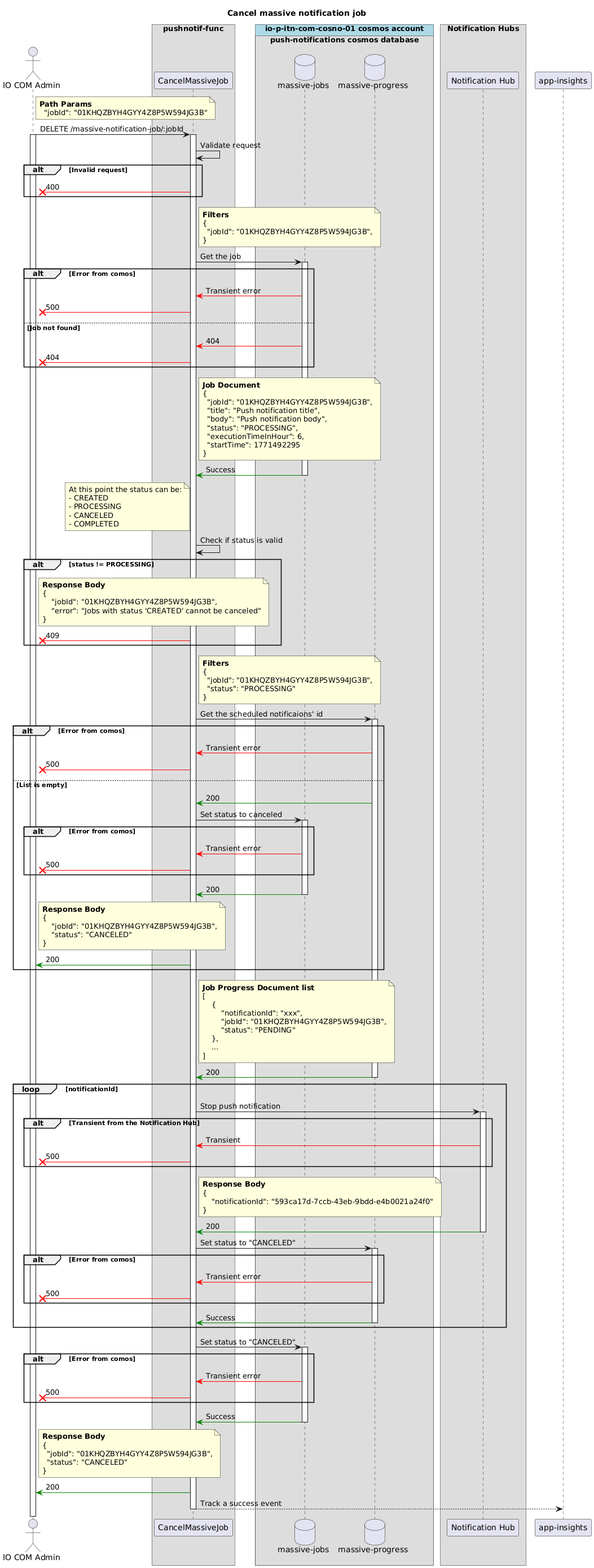
Above: apps/pushnotif-func/docs/png/cancel-massive-job.png in pagopa/io-messages (PlantUML), before the change. The source it was exported from:
```plantuml
@startuml
title "Cancel massive notification job"

actor "IO COM Admin" as admin

box "pushnotif-func"
  participant "CancelMassiveJob" as httpfunc
end box

!pragma teoz true
box "io-p-itn-com-cosno-01 cosmos account" #LightBlue
  box "push-notifications cosmos database"
    database "massive-jobs" as mnj
    database "massive-progress" as mnjp
  end box
end box

box "Notification Hubs"
  participant "Notification Hub" as nh1
end box

participant "app-insights" as ai

note right of admin
  **Path Params**
    "jobId": "01KHQZBYH4GYY4Z8P5W594JG3B"
end note
admin -> httpfunc : DELETE /massive-notification-job/:jobId
activate admin
activate httpfunc

httpfunc -> httpfunc : Validate request

alt Invalid request
  httpfunc -[#red]x admin : 400
end

note right of httpfunc
  **Filters**
  {
    "jobId": "01KHQZBYH4GYY4Z8P5W594JG3B",
  }
end note
httpfunc -> mnj : Get the job
activate mnj

alt Error from comos
  mnj -[#red]> httpfunc : Transient error
  httpfunc -[#red]x admin : 500
else Job not found
  mnj -[#red]> httpfunc : 404
  httpfunc -[#red]x admin : 404
end


note right of httpfunc
  **Job Document**
  {
    "jobId": "01KHQZBYH4GYY4Z8P5W594JG3B",
    "title": "Push notification title",
    "body": "Push notification body",
    "status": "PROCESSING",
    "executionTimeInHour": 6,
    "startTime": 1771492295
  }
end note
mnj -[#green]> httpfunc : Success
deactivate mnj

note left of httpfunc
  At this point the status can be:
  - CREATED
  - PROCESSING
  - CANCELED
  - COMPLETED
end note
httpfunc -> httpfunc : Check if status is valid
alt status != PROCESSING
  note right of admin
    **Response Body**
    {
        "jobId": "01KHQZBYH4GYY4Z8P5W594JG3B",
        "error": "Jobs with status 'CREATED' cannot be canceled"
    }
    end note
    httpfunc -[#red]x admin : 409
end

note right of httpfunc
  **Filters**
  {
    "jobId": "01KHQZBYH4GYY4Z8P5W594JG3B",
    "status": "PROCESSING"
  }
end note
httpfunc -> mnjp : Get the scheduled notificaions' id
activate mnjp

alt Error from comos
  mnjp -[#red]> httpfunc : Transient error
  httpfunc -[#red]x admin : 500
else List is empty
  mnjp -[#green]> httpfunc : 200

  httpfunc -> mnj : Set status to canceled
  activate mnj
  alt Error from comos
    mnj -[#red]> httpfunc : Transient error
    httpfunc -[#red]x admin : 500
  end

  mnj -[#green]> httpfunc : 200
  deactivate mnj

  note right of admin
    **Response Body**
    {
        "jobId": "01KHQZBYH4GYY4Z8P5W594JG3B",
        "status": "CANCELED"
    }
    end note
  httpfunc -[#green]> admin : 200
end

note right of httpfunc
    **Job Progress Document list**
    [
        {
            "notificationId": "xxx",
            "jobId": "01KHQZBYH4GYY4Z8P5W594JG3B",
            "status": "PENDING"
        },
        ...
    ]
end note
mnjp -[#green]> httpfunc : 200
deactivate mnjp

loop notificationId
    httpfunc -> nh1 : Stop push notification
    activate nh1

    alt Transient from the Notification Hub
        nh1 -[#red]> httpfunc : Transient
        httpfunc -[#red]x admin : 500
    end

    note right of httpfunc
    **Response Body**
    {
        "notificationId": "593ca17d-7ccb-43eb-9bdd-e4b0021a24f0"
    }
    end note
    nh1 -[#green]> httpfunc : 200
    deactivate nh1

    httpfunc -> mnjp : Set status to "CANCELED"
    activate mnjp
    alt Error from comos
      mnjp -[#red]> httpfunc : Transient error
      httpfunc -[#red]x admin : 500
    end

    mnjp -[#green]> httpfunc : Success
    deactivate mnjp
end

httpfunc -> mnj : Set status to "CANCELED"
activate mnj
alt Error from comos
  mnj -[#red]> httpfunc : Transient error
  httpfunc -[#red]x admin : 500
end

mnj -[#green]> httpfunc : Success
deactivate mnj

note right of admin
  **Response Body**
  {
    "jobId": "01KHQZBYH4GYY4Z8P5W594JG3B",
    "status": "CANCELED"
  }
end note
httpfunc -[#green]> admin : 200

httpfunc --> ai : Track a success event

deactivate httpfunc
deactivate admin
@enduml
```
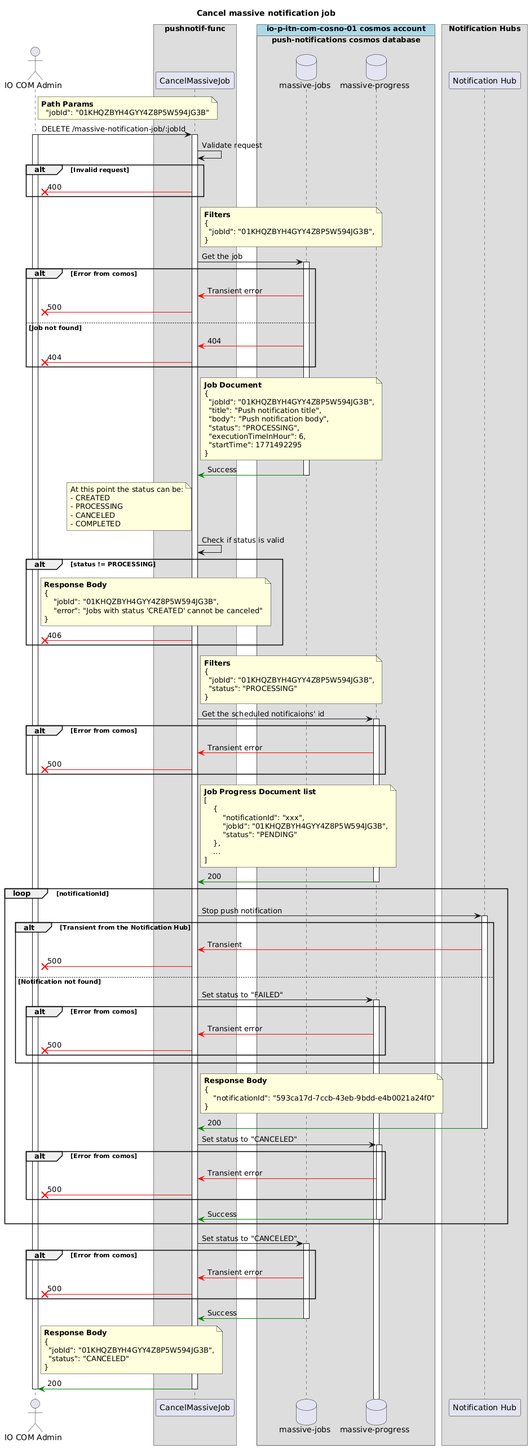
Later version of the same file.

Commit message:
Update Sequence Diagram

What changed in the source:
```diff
@@ -18,8 +18,6 @@
 box "Notification Hubs"
   participant "Notification Hub" as nh1
 end box
-
-participant "app-insights" as ai
 
 note right of admin
   **Path Params**
@@ -83,7 +81,7 @@
         "error": "Jobs with status 'CREATED' cannot be canceled"
     }
     end note
-    httpfunc -[#red]x admin : 409
+    httpfunc -[#red]x admin : 406
 end
 
 note right of httpfunc
@@ -99,27 +97,6 @@
 alt Error from comos
   mnjp -[#red]> httpfunc : Transient error
   httpfunc -[#red]x admin : 500
-else List is empty
-  mnjp -[#green]> httpfunc : 200
-
-  httpfunc -> mnj : Set status to canceled
-  activate mnj
-  alt Error from comos
-    mnj -[#red]> httpfunc : Transient error
-    httpfunc -[#red]x admin : 500
-  end
-
-  mnj -[#green]> httpfunc : 200
-  deactivate mnj
-
-  note right of admin
-    **Response Body**
-    {
-        "jobId": "01KHQZBYH4GYY4Z8P5W594JG3B",
-        "status": "CANCELED"
-    }
-    end note
-  httpfunc -[#green]> admin : 200
 end
 
 note right of httpfunc
@@ -143,6 +120,13 @@
     alt Transient from the Notification Hub
         nh1 -[#red]> httpfunc : Transient
         httpfunc -[#red]x admin : 500
+    else Notification not found
+        httpfunc -> mnjp : Set status to "FAILED"
+        activate mnjp
+        alt Error from comos
+          mnjp -[#red]> httpfunc : Transient error
+          httpfunc -[#red]x admin : 500
+        end
     end
 
     note right of httpfunc
@@ -184,8 +168,6 @@
 end note
 httpfunc -[#green]> admin : 200
 
-httpfunc --> ai : Track a success event
-
 deactivate httpfunc
 deactivate admin
 @enduml
```
